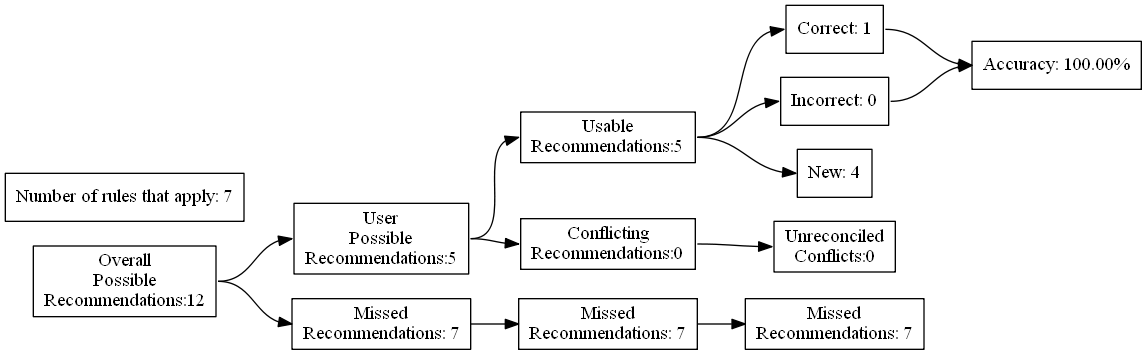
The Graphviz diagram test_renders/28.gv.png in ZaxR/ibd_diet_analysis, before a commit. Its source is kept beside it as test_renders/28.gv.
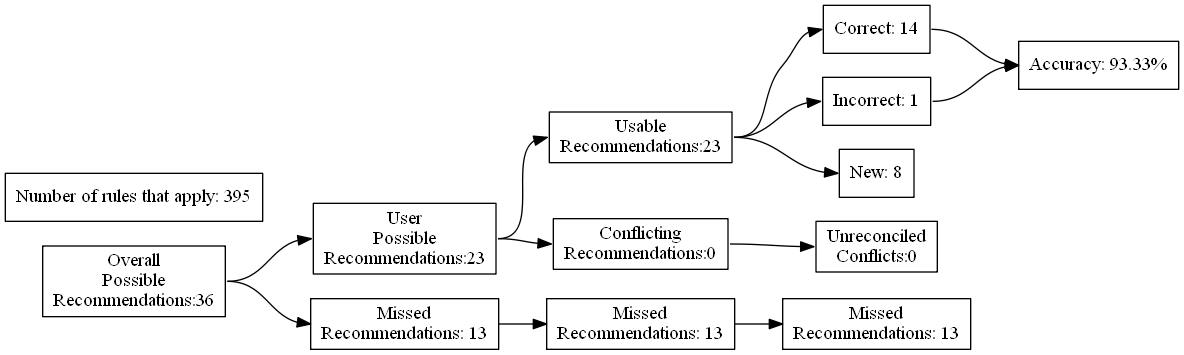
The same file after the commit.

Change to the diagram source:
```diff
@@ -4,27 +4,27 @@
 	edge [headport=w tailport=e]
 		A [label="Overall
 Possible
-Recommendations:12"]
+Recommendations:36"]
 		B [label="User
 Possible
-Recommendations:5"]
+Recommendations:23"]
 		C [label="Missed
-Recommendations: 7"]
+Recommendations: 13"]
 		D [label="Usable
-Recommendations:5"]
+Recommendations:23"]
 		E [label="Conflicting
 Recommendations:0"]
 		J [label="Missed
-Recommendations: 7"]
+Recommendations: 13"]
 		M [label="Unreconciled
 Conflicts:0"]
-		F [label="Correct: 1"]
-		G [label="Incorrect: 0"]
-		H [label="New: 4"]
+		F [label="Correct: 14"]
+		G [label="Incorrect: 1"]
+		H [label="New: 8"]
 		K [label="Missed
-Recommendations: 7"]
-		I [label="Accuracy: 100.00%"]
-		l [label="Number of rules that apply: 7"]
+Recommendations: 13"]
+		I [label="Accuracy: 93.33%"]
+		l [label="Number of rules that apply: 395"]
 			A -> B
 			A -> C
 			B -> D
```
